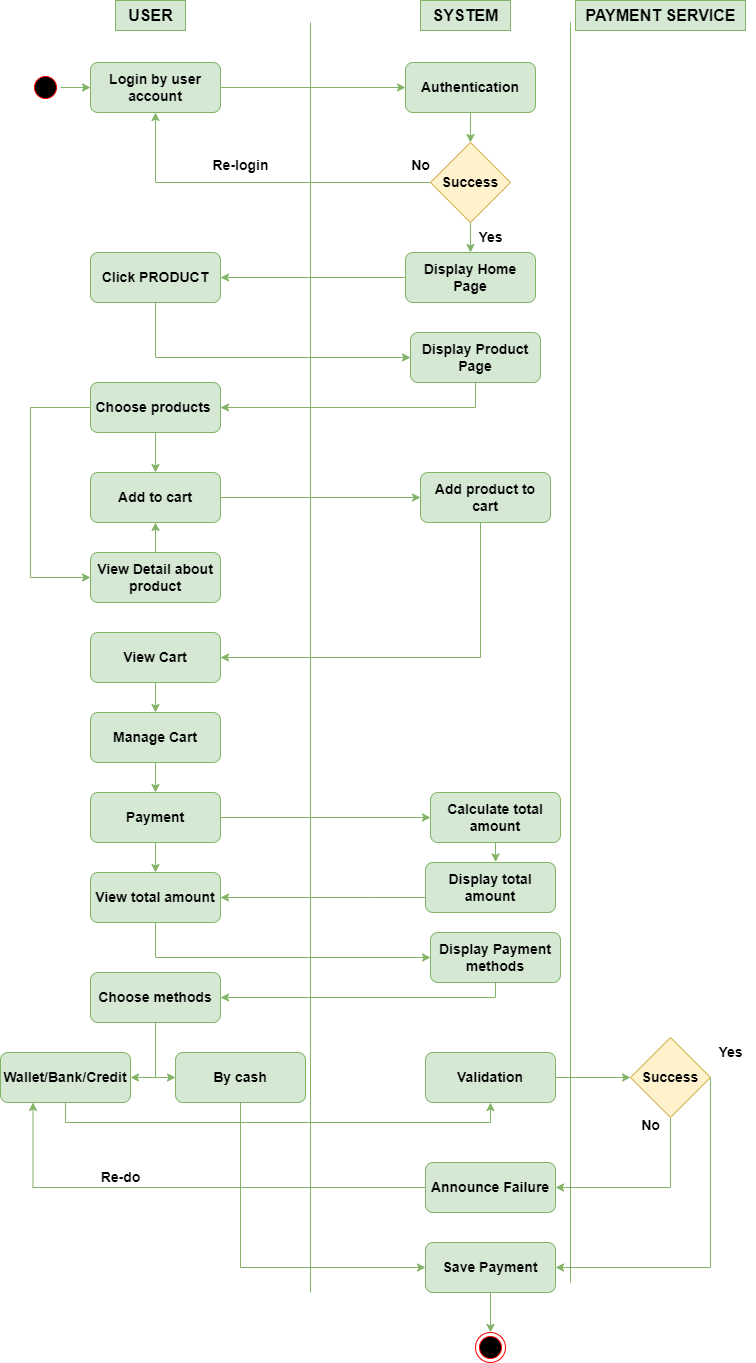
Earlier version of the draw.io export images/chap-3/shopping-activity-diagram.png (LittleLegend-Pengiun/thesis-ecommerce-k8s). Source tidied: cells renumbered, new cells last; positions are measured from the earlier drawing's top-left corner, leaving out a move shared by most shapes.
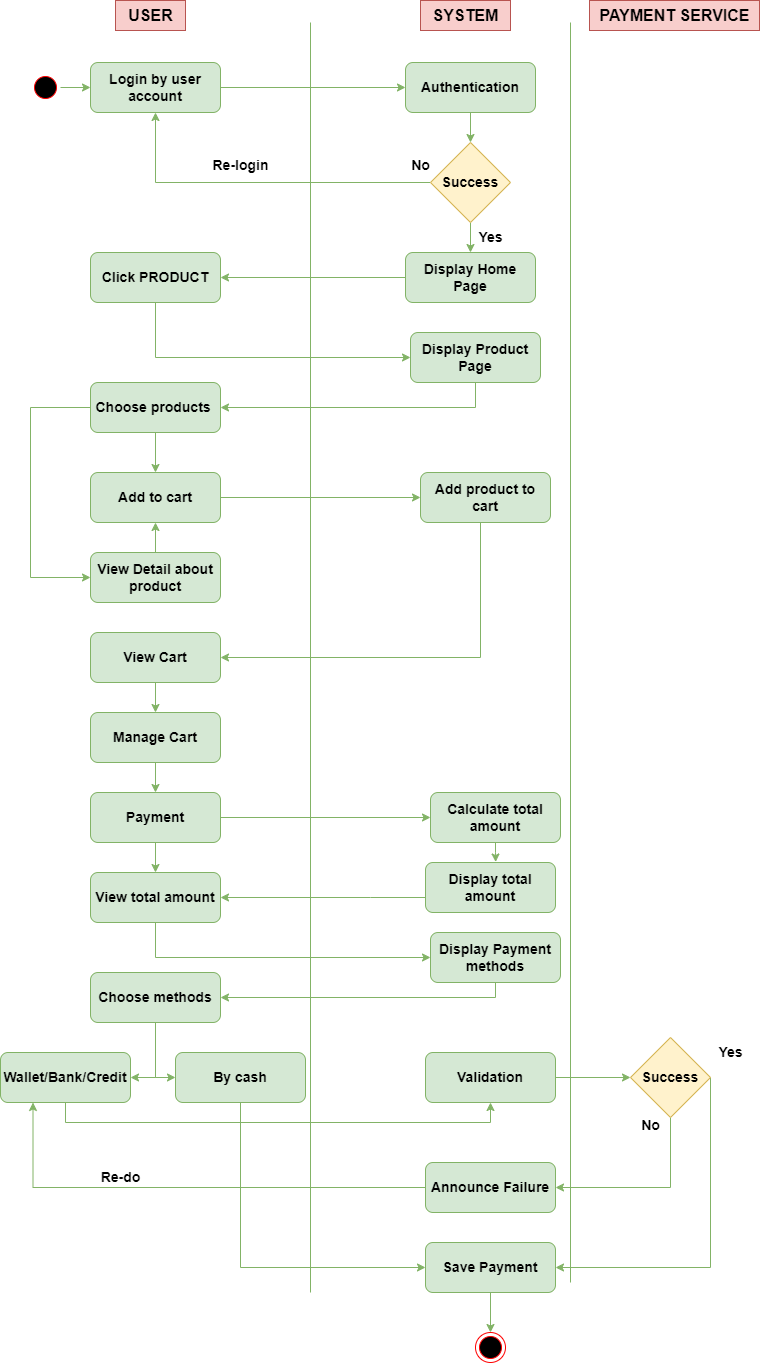
After the change.

Commit message:
add sequence diagram

Diff of the diagram source:
```diff
@@ -8,10 +8,10 @@
         <mxPoint x="310" y="22" as="targetPoint" />
       </mxGeometry>
     </mxCell>
-    <mxCell id="3" value="USER" style="text;html=1;align=center;verticalAlign=middle;strokeColor=#82b366;fillColor=#d5e8d4;fontStyle=1;fontSize=16;" parent="1" vertex="1">
+    <mxCell id="3" value="USER" style="text;html=1;align=center;verticalAlign=middle;strokeColor=#b85450;fillColor=#f8cecc;fontStyle=1;fontSize=16;" parent="1" vertex="1">
       <mxGeometry x="115" width="70" height="30" as="geometry" />
     </mxCell>
-    <mxCell id="4" value="SYSTEM" style="text;html=1;align=center;verticalAlign=middle;strokeColor=#82b366;fillColor=#d5e8d4;fontStyle=1;fontSize=16;" parent="1" vertex="1">
+    <mxCell id="4" value="SYSTEM" style="text;html=1;align=center;verticalAlign=middle;strokeColor=#b85450;fillColor=#f8cecc;fontStyle=1;fontSize=16;" parent="1" vertex="1">
       <mxGeometry x="420" width="90" height="30" as="geometry" />
     </mxCell>
     <mxCell id="5" style="edgeStyle=orthogonalEdgeStyle;rounded=0;jettySize=auto;html=1;fontStyle=1;fontSize=14;fillColor=#d5e8d4;strokeColor=#82b366;" parent="1" edge="1" source="6" target="8">
@@ -195,8 +195,8 @@
         <mxPoint x="570" y="22" as="targetPoint" />
       </mxGeometry>
     </mxCell>
-    <mxCell id="53" value="PAYMENT SERVICE" style="text;html=1;align=center;verticalAlign=middle;strokeColor=#82b366;fillColor=#d5e8d4;fontStyle=1;fontSize=16;" parent="1" vertex="1">
-      <mxGeometry x="575" width="170" height="30" as="geometry" />
+    <mxCell id="53" value="PAYMENT SERVICE" style="text;html=1;align=center;verticalAlign=middle;strokeColor=#b85450;fillColor=#f8cecc;fontStyle=1;fontSize=16;" parent="1" vertex="1">
+      <mxGeometry x="589" width="170" height="30" as="geometry" />
     </mxCell>
     <mxCell id="54" style="edgeStyle=orthogonalEdgeStyle;rounded=0;jettySize=auto;html=1;entryX=1;entryY=0.5;entryDx=0;entryDy=0;fontStyle=1;fontSize=14;fillColor=#d5e8d4;strokeColor=#82b366;" parent="1" edge="1" source="56" target="61">
       <mxGeometry relative="1" as="geometry">
```
